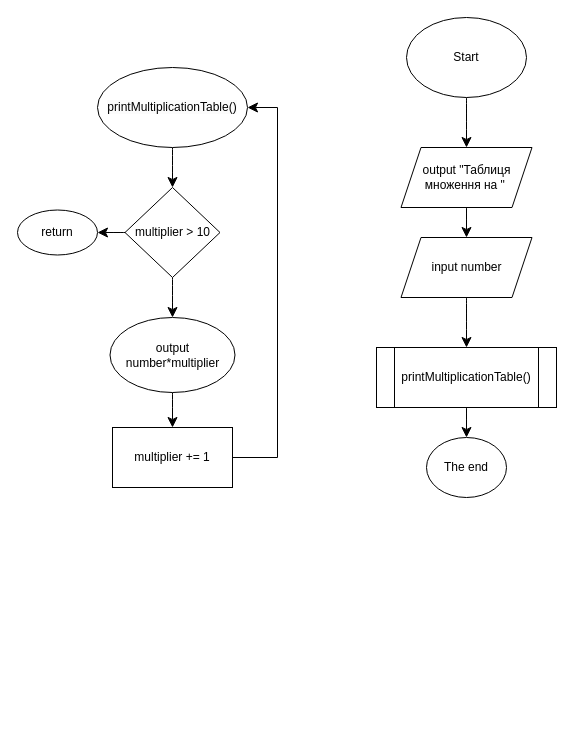
Earlier version of the draw.io diagram ai_13/yelyzaveta_osinna/saga_1/saga_4.drawio (artificial-intelligence-department/ai_programming_playground_2024). Source tidied: cells renumbered, new cells numbered last; positions are measured from the earlier drawing's top-left corner, leaving out a move shared by most shapes. Both pictures are drawn from the tidied source at 100%, with x=0, y=0 at pixel (17, 17).
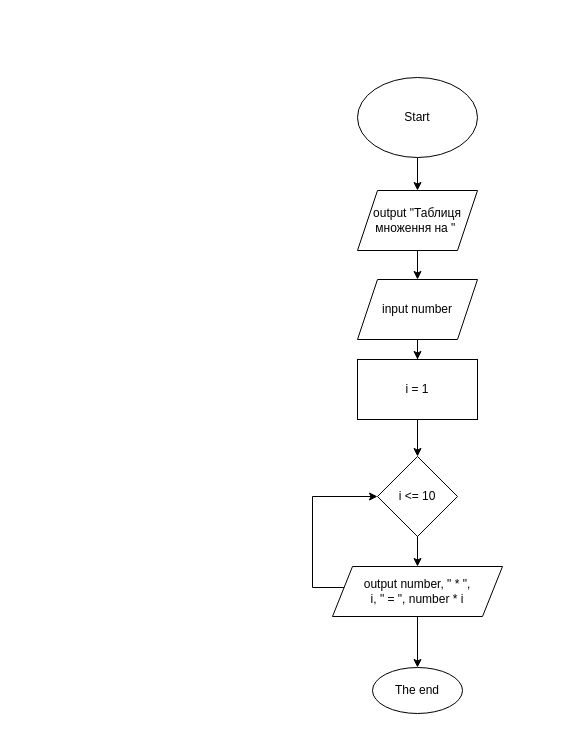
After the change.

The edit, as a diff of the source:
```diff
@@
-    <mxCell id="2" style="edgeStyle=none;curved=1;rounded=0;jettySize=auto;html=1;fontSize=12;startSize=8;endSize=8;entryX=0.5;entryY=0;entryDx=0;entryDy=0;" parent="1" edge="1" source="3" target="9">
+    <mxCell id="2" style="edgeStyle=orthogonalEdgeStyle;rounded=0;jettySize=auto;html=1;" parent="1" edge="1" source="3" target="9">
       <mxGeometry relative="1" as="geometry" />
     </mxCell>
     <mxCell id="3" value="Start" style="ellipse;whiteSpace=wrap;html=1;" parent="1" vertex="1">
-      <mxGeometry x="389" width="120" height="80" as="geometry" />
+      <mxGeometry x="340" y="60" width="120" height="80" as="geometry" />
     </mxCell>
-    <mxCell id="4" style="edgeStyle=none;curved=1;rounded=0;jettySize=auto;html=1;fontSize=12;startSize=8;endSize=8;" parent="1" edge="1" source="5" target="12">
-      <mxGeometry relative="1" as="geometry" />
-    </mxCell>
-    <mxCell id="5" value="printMultiplicationTable()" style="shape=process;whiteSpace=wrap;html=1;backgroundOutline=1;" parent="1" vertex="1">
-      <mxGeometry x="359" y="330" width="180" height="60" as="geometry" />
-    </mxCell>
-    <mxCell id="6" style="edgeStyle=none;curved=1;rounded=0;jettySize=auto;html=1;fontSize=12;startSize=8;endSize=8;" parent="1" edge="1" source="7" target="15">
-      <mxGeometry relative="1" as="geometry" />
-    </mxCell>
-    <mxCell id="7" value="&lt;span style=&quot;color: rgb(0, 0, 0); font-family: Helvetica; font-size: 12px; font-style: normal; font-variant-ligatures: normal; font-variant-caps: normal; font-weight: 400; letter-spacing: normal; orphans: 2; text-align: center; text-indent: 0px; text-transform: none; widows: 2; word-spacing: 0px; -webkit-text-stroke-width: 0px; white-space: normal; background-color: rgb(251, 251, 251); text-decoration-thickness: initial; text-decoration-style: initial; text-decoration-color: initial; display: inline !important; float: none;&quot;&gt;printMultiplicationTable()&lt;/span&gt;" style="ellipse;whiteSpace=wrap;html=1;" parent="1" vertex="1">
-      <mxGeometry x="80" y="50" width="150" height="80" as="geometry" />
-    </mxCell>
-    <mxCell id="8" style="edgeStyle=none;curved=1;rounded=0;jettySize=auto;html=1;fontSize=12;startSize=8;endSize=8;" parent="1" edge="1" source="9" target="11">
+    <mxCell id="8" style="edgeStyle=orthogonalEdgeStyle;rounded=0;jettySize=auto;html=1;" parent="1" edge="1" source="9" target="11">
       <mxGeometry relative="1" as="geometry" />
     </mxCell>
     <mxCell id="9" value="output &quot;Таблиця множення на &quot;&amp;nbsp;" style="shape=parallelogram;perimeter=parallelogramPerimeter;whiteSpace=wrap;html=1;fixedSize=1;" parent="1" vertex="1">
-      <mxGeometry x="383.5" y="130" width="131" height="60" as="geometry" />
+      <mxGeometry x="340" y="173" width="120" height="60" as="geometry" />
     </mxCell>
-    <mxCell id="10" style="edgeStyle=none;curved=1;rounded=0;jettySize=auto;html=1;fontSize=12;startSize=8;endSize=8;" parent="1" edge="1" source="11" target="5">
-      <mxGeometry relative="1" as="geometry" />
-    </mxCell>
+    <mxCell id="21" style="edgeStyle=orthogonalEdgeStyle;rounded=0;jettySize=auto;html=1;" parent="1" edge="1" source="11" target="23">
+      <mxGeometry relative="1" as="geometry" />
+    </mxCell>
     <mxCell id="11" value="input number" style="shape=parallelogram;perimeter=parallelogramPerimeter;whiteSpace=wrap;html=1;fixedSize=1;" parent="1" vertex="1">
-      <mxGeometry x="383.5" y="220" width="131" height="60" as="geometry" />
+      <mxGeometry x="340" y="262" width="120" height="60" as="geometry" />
     </mxCell>
+    <mxCell id="22" style="edgeStyle=orthogonalEdgeStyle;rounded=0;jettySize=auto;html=1;" parent="1" edge="1" source="23" target="25">
+      <mxGeometry relative="1" as="geometry" />
+    </mxCell>
+    <mxCell id="23" value="i = 1" style="whiteSpace=wrap;html=1;" parent="1" vertex="1">
+      <mxGeometry x="340" y="342" width="120" height="60" as="geometry" />
+    </mxCell>
+    <mxCell id="24" style="edgeStyle=orthogonalEdgeStyle;rounded=0;jettySize=auto;html=1;" parent="1" edge="1" source="25" target="28">
+      <mxGeometry relative="1" as="geometry" />
+    </mxCell>
+    <mxCell id="25" value="i &amp;lt;= 10" style="rhombus;whiteSpace=wrap;html=1;" parent="1" vertex="1">
+      <mxGeometry x="360" y="439" width="80" height="80" as="geometry" />
+    </mxCell>
+    <mxCell id="26" style="edgeStyle=orthogonalEdgeStyle;rounded=0;jettySize=auto;html=1;entryX=0;entryY=0.5;entryDx=0;entryDy=0;" parent="1" edge="1" source="28" target="25">
+      <mxGeometry relative="1" as="geometry">
+        <Array as="points">
+          <mxPoint x="295" y="570" />
+          <mxPoint x="295" y="479" />
+        </Array>
+      </mxGeometry>
+    </mxCell>
+    <mxCell id="27" style="edgeStyle=orthogonalEdgeStyle;rounded=0;jettySize=auto;html=1;" parent="1" edge="1" source="28" target="12">
+      <mxGeometry relative="1" as="geometry" />
+    </mxCell>
+    <mxCell id="28" value="output number, &quot; * &quot;,&lt;div&gt;&amp;nbsp;i, &quot; = &quot;, number * i&amp;nbsp;&lt;/div&gt;" style="shape=parallelogram;perimeter=parallelogramPerimeter;whiteSpace=wrap;html=1;fixedSize=1;" parent="1" vertex="1">
+      <mxGeometry x="315" y="549" width="170" height="50" as="geometry" />
+    </mxCell>
     <mxCell id="12" value="The end" style="ellipse;whiteSpace=wrap;html=1;" parent="1" vertex="1">
-      <mxGeometry x="409" y="420" width="80" height="60" as="geometry" />
+      <mxGeometry x="355" y="650" width="90" height="46" as="geometry" />
     </mxCell>
-    <mxCell id="13" style="edgeStyle=none;curved=1;rounded=0;jettySize=auto;html=1;fontSize=12;startSize=8;endSize=8;" parent="1" edge="1" source="15" target="16">
-      <mxGeometry relative="1" as="geometry" />
-    </mxCell>
-    <mxCell id="14" style="edgeStyle=none;curved=1;rounded=0;jettySize=auto;html=1;fontSize=12;startSize=8;endSize=8;" parent="1" edge="1" source="15" target="18">
-      <mxGeometry relative="1" as="geometry" />
-    </mxCell>
-    <mxCell id="15" value="multiplier &amp;gt; 10" style="rhombus;whiteSpace=wrap;html=1;" parent="1" vertex="1">
-      <mxGeometry x="107.5" y="170" width="95" height="90" as="geometry" />
-    </mxCell>
-    <mxCell id="16" value="return" style="ellipse;whiteSpace=wrap;html=1;" parent="1" vertex="1">
-      <mxGeometry y="192.5" width="80" height="45" as="geometry" />
-    </mxCell>
-    <mxCell id="17" style="edgeStyle=none;curved=1;rounded=0;jettySize=auto;html=1;fontSize=12;startSize=8;endSize=8;" parent="1" edge="1" source="18" target="20">
-      <mxGeometry relative="1" as="geometry" />
-    </mxCell>
-    <mxCell id="18" value="output number*multiplier" style="ellipse;whiteSpace=wrap;html=1;" parent="1" vertex="1">
-      <mxGeometry x="92.5" y="300" width="125" height="75" as="geometry" />
-    </mxCell>
-    <mxCell id="19" style="edgeStyle=orthogonalEdgeStyle;rounded=0;jettySize=auto;html=1;entryX=1;entryY=0.5;entryDx=0;entryDy=0;fontSize=12;startSize=8;endSize=8;" parent="1" edge="1" source="20" target="7">
-      <mxGeometry relative="1" as="geometry">
-        <Array as="points">
-          <mxPoint x="260" y="440" />
-          <mxPoint x="260" y="90" />
-        </Array>
-      </mxGeometry>
-    </mxCell>
-    <mxCell id="20" value="multiplier += 1" style="whiteSpace=wrap;html=1;" parent="1" vertex="1">
-      <mxGeometry x="95" y="410" width="120" height="60" as="geometry" />
-    </mxCell>
```
